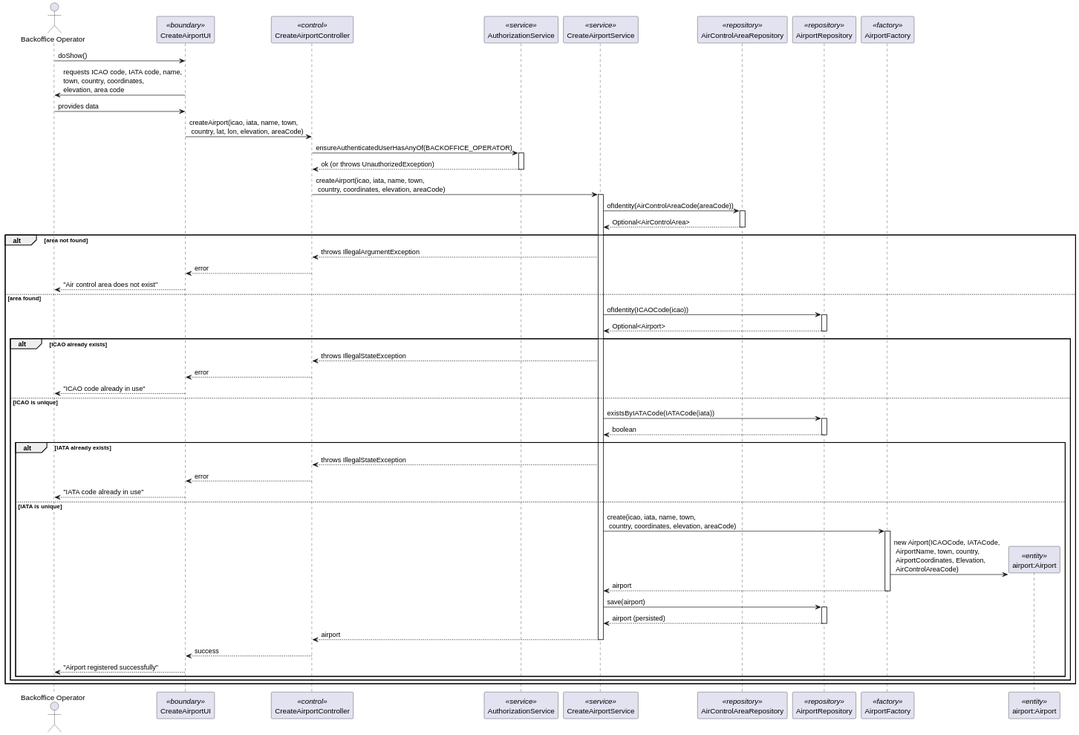
Earlier version of the PlantUML export docs/Sprint 2/EAPLI/US052/svg/US052_sequence_diagram.svg (DuartePinto1240/sem4pi2526-sem4pi2526_2da2).
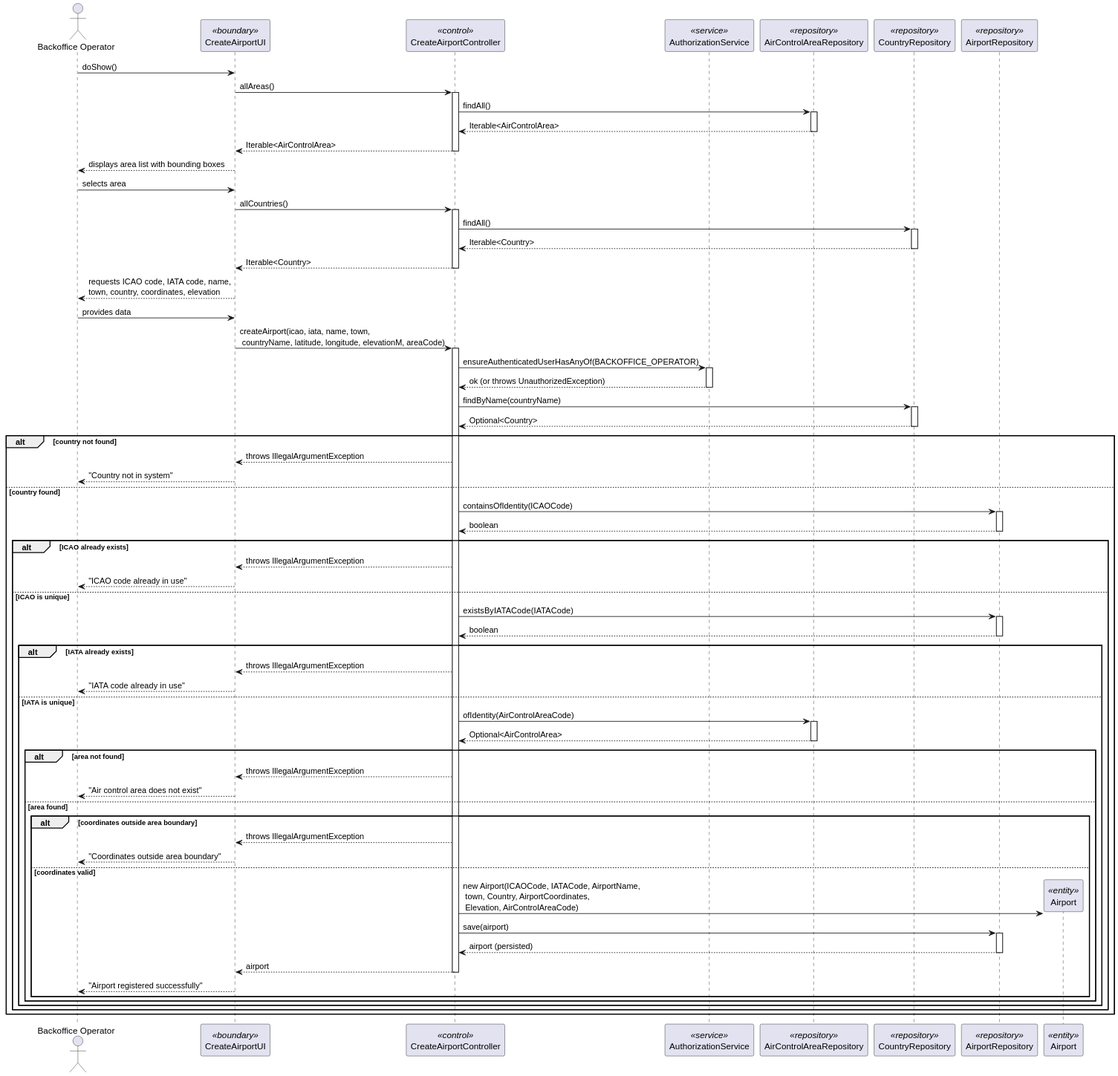
After the change.

Diff of the diagram source:
```diff
@@ -3,76 +3,102 @@
 participant CreateAirportUI as UI <<boundary>>
 participant CreateAirportController as CTRL <<control>>
 participant AuthorizationService as AUTHZ <<service>>
-participant CreateAirportService as SVC <<service>>
 participant AirControlAreaRepository as AREA_REPO <<repository>>
+participant CountryRepository as COUNTRY_REPO <<repository>>
 participant AirportRepository as REPO <<repository>>
-participant AirportFactory as FACTORY <<factory>>
-participant "airport:Airport" as AIRPORT <<entity>>
+participant Airport as AIRPORT <<entity>>
 
 BO -> UI : doShow()
-UI -> BO : requests ICAO code, IATA code, name,\ntown, country, coordinates,\nelevation, area code
+UI -> CTRL : allAreas()
+activate CTRL
+CTRL -> AREA_REPO : findAll()
+activate AREA_REPO
+AREA_REPO --> CTRL : Iterable<AirControlArea>
+deactivate AREA_REPO
+CTRL --> UI : Iterable<AirControlArea>
+deactivate CTRL
 
+UI --> BO : displays area list with bounding boxes
+BO -> UI : selects area
+
+UI -> CTRL : allCountries()
+activate CTRL
+CTRL -> COUNTRY_REPO : findAll()
+activate COUNTRY_REPO
+COUNTRY_REPO --> CTRL : Iterable<Country>
+deactivate COUNTRY_REPO
+CTRL --> UI : Iterable<Country>
+deactivate CTRL
+
+UI --> BO : requests ICAO code, IATA code, name,\ntown, country, coordinates, elevation
 BO -> UI : provides data
 
-UI -> CTRL : createAirport(icao, iata, name, town,\n country, lat, lon, elevation, areaCode)
+UI -> CTRL : createAirport(icao, iata, name, town,\n countryName, latitude, longitude, elevationM, areaCode)
+activate CTRL
 
 CTRL -> AUTHZ : ensureAuthenticatedUserHasAnyOf(BACKOFFICE_OPERATOR)
 activate AUTHZ
 AUTHZ --> CTRL : ok (or throws UnauthorizedException)
 deactivate AUTHZ
 
-CTRL -> SVC : createAirport(icao, iata, name, town,\n country, coordinates, elevation, areaCode)
-activate SVC
+CTRL -> COUNTRY_REPO : findByName(countryName)
+activate COUNTRY_REPO
+COUNTRY_REPO --> CTRL : Optional<Country>
+deactivate COUNTRY_REPO
 
-SVC -> AREA_REPO : ofIdentity(AirControlAreaCode(areaCode))
-activate AREA_REPO
-AREA_REPO --> SVC : Optional<AirControlArea>
-deactivate AREA_REPO
+alt country not found
+  CTRL --> UI : throws IllegalArgumentException
+  UI --> BO : "Country not in system"
+else country found
 
-alt area not found
-  SVC --> CTRL : throws IllegalArgumentException
-  CTRL --> UI : error
-  UI --> BO : "Air control area does not exist"
-else area found
-
-  SVC -> REPO : ofIdentity(ICAOCode(icao))
+  CTRL -> REPO : containsOfIdentity(ICAOCode)
   activate REPO
-  REPO --> SVC : Optional<Airport>
+  REPO --> CTRL : boolean
   deactivate REPO
 
   alt ICAO already exists
-    SVC --> CTRL : throws IllegalStateException
-    CTRL --> UI : error
+    CTRL --> UI : throws IllegalArgumentException
     UI --> BO : "ICAO code already in use"
   else ICAO is unique
 
-    SVC -> REPO : existsByIATACode(IATACode(iata))
+    CTRL -> REPO : existsByIATACode(IATACode)
     activate REPO
-    REPO --> SVC : boolean
+    REPO --> CTRL : boolean
     deactivate REPO
 
     alt IATA already exists
-      SVC --> CTRL : throws IllegalStateException
-      CTRL --> UI : error
+      CTRL --> UI : throws IllegalArgumentException
       UI --> BO : "IATA code already in use"
     else IATA is unique
 
-      SVC -> FACTORY : create(icao, iata, name, town,\n country, coordinates, elevation, areaCode)
-      activate FACTORY
-      FACTORY -> AIRPORT ** : new Airport(ICAOCode, IATACode,\n AirportName, town, country,\n AirportCoordinates, Elevation,\n AirControlAreaCode)
-      FACTORY --> SVC : airport
-      deactivate FACTORY
+      CTRL -> AREA_REPO : ofIdentity(AirControlAreaCode)
+      activate AREA_REPO
+      AREA_REPO --> CTRL : Optional<AirControlArea>
+      deactivate AREA_REPO
 
-      SVC -> REPO : save(airport)
-      activate REPO
-      REPO --> SVC : airport (persisted)
-      deactivate REPO
+      alt area not found
+        CTRL --> UI : throws IllegalArgumentException
+        UI --> BO : "Air control area does not exist"
+      else area found
 
-      SVC --> CTRL : airport
-      deactivate SVC
+        alt coordinates outside area boundary
+          CTRL --> UI : throws IllegalArgumentException
+          UI --> BO : "Coordinates outside area boundary"
+        else coordinates valid
 
-      CTRL --> UI : success
-      UI --> BO : "Airport registered successfully"
+          CTRL -> AIRPORT ** : new Airport(ICAOCode, IATACode, AirportName,\n town, Country, AirportCoordinates,\n Elevation, AirControlAreaCode)
+
+          CTRL -> REPO : save(airport)
+          activate REPO
+          REPO --> CTRL : airport (persisted)
+          deactivate REPO
+
+          CTRL --> UI : airport
+          deactivate CTRL
+
+          UI --> BO : "Airport registered successfully"
+        end
+      end
     end
   end
 end
```
